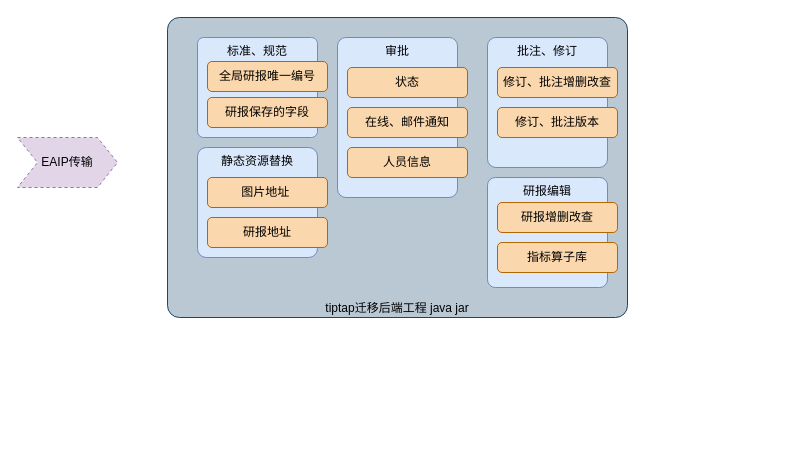
lance631/notes keeps this draw.io diagram as tiptapRendering-JAVA.drawio. Above is the earlier version. Source tidied: cells renumbered, new cells numbered last; positions are measured from the earlier drawing's top-left corner, leaving out a move shared by most shapes. Both pictures are drawn from the tidied source at 100%, with x=0, y=0 at pixel (17, 17).
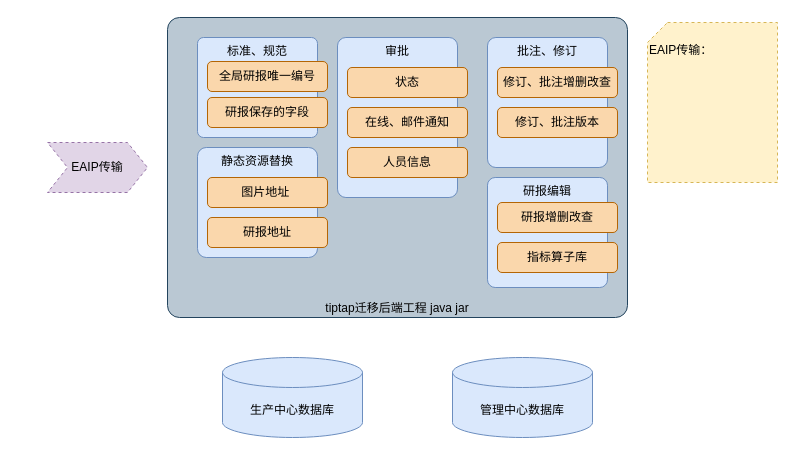
Above is the later version.

Diff of the diagram source:
```diff
@@
     <mxCell id="16" value="EAIP传输" style="shape=step;perimeter=stepPerimeter;whiteSpace=wrap;html=1;fixedSize=1;fillColor=#e1d5e7;strokeColor=#9673a6;dashed=1;" parent="1" vertex="1">
-      <mxGeometry y="120" width="100" height="50" as="geometry" />
+      <mxGeometry x="30" y="125" width="100" height="50" as="geometry" />
     </mxCell>
@@
+    <mxCell id="20" value="管理中心数据库" style="shape=cylinder3;whiteSpace=wrap;html=1;boundedLbl=1;backgroundOutline=1;size=15;fillColor=#dae8fc;strokeColor=#6c8ebf;" parent="1" vertex="1">
+      <mxGeometry x="435" y="340" width="140" height="80" as="geometry" />
+    </mxCell>
+    <mxCell id="21" value="生产中心数据库" style="shape=cylinder3;whiteSpace=wrap;html=1;boundedLbl=1;backgroundOutline=1;size=15;fillColor=#dae8fc;strokeColor=#6c8ebf;" parent="1" vertex="1">
+      <mxGeometry x="205" y="340" width="140" height="80" as="geometry" />
+    </mxCell>
+    <mxCell id="22" value="&lt;br&gt;EAIP传输：&lt;br&gt;&lt;br&gt;" style="shape=card;whiteSpace=wrap;html=1;dashed=1;size=20;fillColor=#fff2cc;strokeColor=#d6b656;verticalAlign=top;align=left;" parent="1" vertex="1">
+      <mxGeometry x="630" y="5" width="130" height="160" as="geometry" />
+    </mxCell>
```
